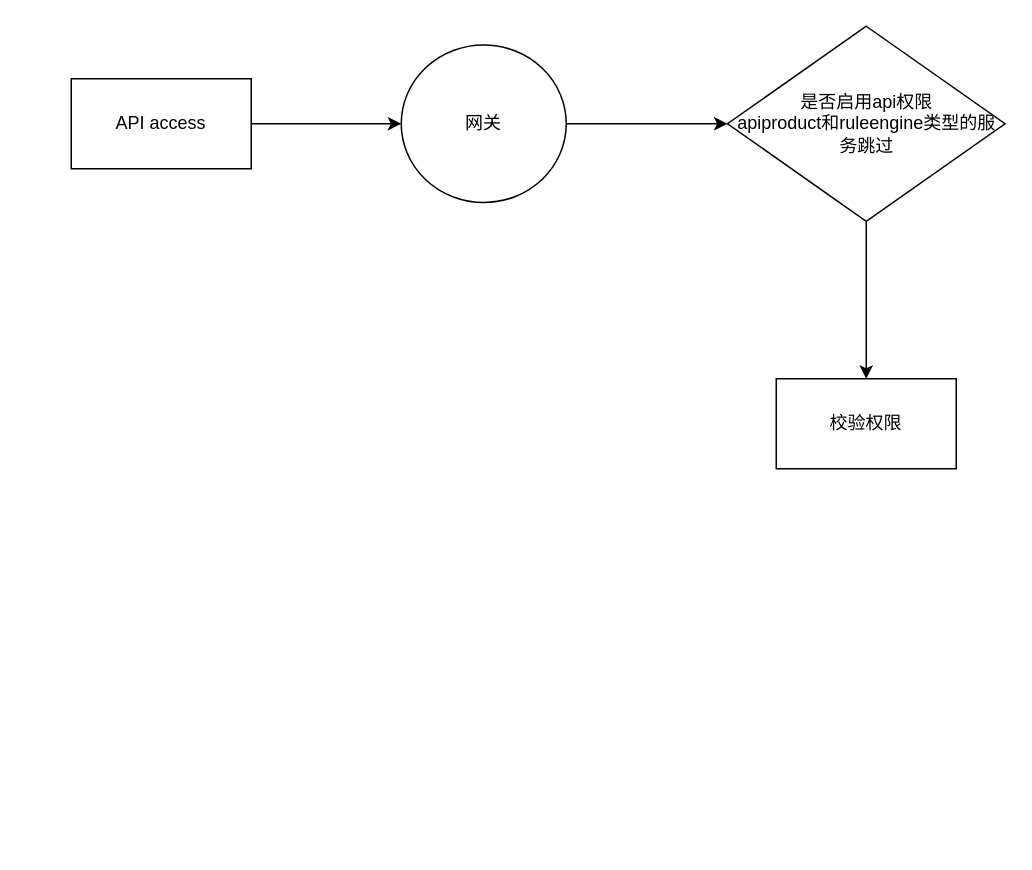
This is 未命名绘图.drawio from anyingle/ay-diagrams, a draw.io file, before an edit. Source tidied: cells renumbered, new cells numbered last; positions are measured from the earlier drawing's top-left corner, leaving out a move shared by most shapes. Both pictures are drawn from the tidied source at 150%, with x=0, y=0 at pixel (70, 26).
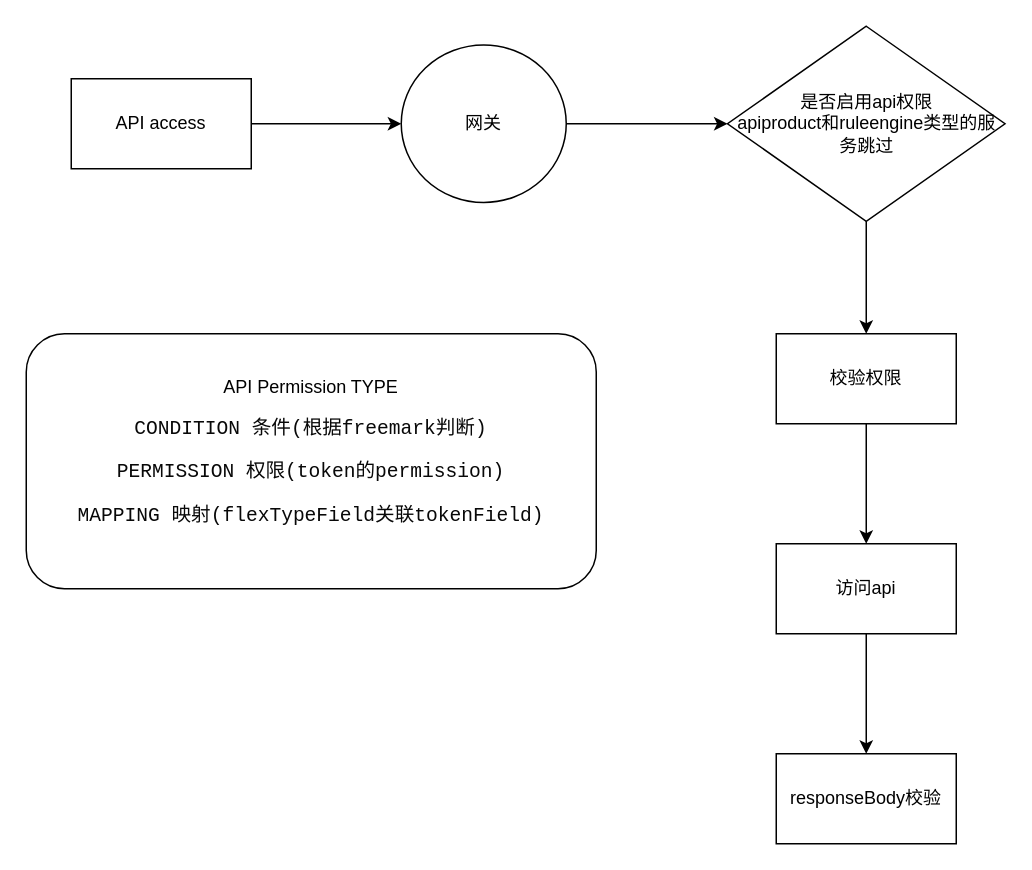
Above is the later version.

Commit message:
更新未命名绘图.drawio

The edit, as a diff of the source:
```diff
@@
 <mxGraphModel>
   <root>
     <mxCell id="0" />
     <mxCell id="1" parent="0" />
     <mxCell id="2" value="API access" style="rounded=0;whiteSpace=wrap;html=1;" parent="1" vertex="1">
       <mxGeometry y="35" width="120" height="60" as="geometry" />
     </mxCell>
     <mxCell id="3" style="endArrow=classic;html=1;rounded=0;exitX=1;exitY=0.5;exitDx=0;exitDy=0;entryX=0;entryY=0.5;entryDx=0;entryDy=0;" parent="1" edge="1" source="2" target="5">
       <mxGeometry relative="1" as="geometry" />
     </mxCell>
     <mxCell id="4" style="edgeStyle=orthogonalEdgeStyle;rounded=0;jettySize=auto;html=1;" parent="1" edge="1" source="5" target="7">
       <mxGeometry relative="1" as="geometry" />
     </mxCell>
     <mxCell id="5" value="网关" style="ellipse;whiteSpace=wrap;html=1;" parent="1" vertex="1">
       <mxGeometry x="220" y="12.5" width="110" height="105" as="geometry" />
     </mxCell>
     <mxCell id="6" style="edgeStyle=orthogonalEdgeStyle;rounded=0;jettySize=auto;html=1;" parent="1" edge="1" source="7" target="8">
       <mxGeometry relative="1" as="geometry" />
     </mxCell>
     <mxCell id="7" value="是否启用api权限&lt;br&gt;apiproduct和ruleengine类型的服务跳过" style="rhombus;whiteSpace=wrap;html=1;" parent="1" vertex="1">
       <mxGeometry x="437.5" width="185" height="130" as="geometry" />
     </mxCell>
+    <mxCell id="9" style="edgeStyle=orthogonalEdgeStyle;rounded=0;jettySize=auto;html=1;" parent="1" edge="1" source="8" target="11">
+      <mxGeometry relative="1" as="geometry" />
+    </mxCell>
     <mxCell id="8" value="校验权限" style="whiteSpace=wrap;html=1;" parent="1" vertex="1">
-      <mxGeometry x="470" y="235" width="120" height="60" as="geometry" />
+      <mxGeometry x="470" y="205" width="120" height="60" as="geometry" />
     </mxCell>
+    <mxCell id="10" style="edgeStyle=orthogonalEdgeStyle;rounded=0;jettySize=auto;html=1;" parent="1" edge="1" source="11" target="12">
+      <mxGeometry relative="1" as="geometry" />
+    </mxCell>
+    <mxCell id="11" value="访问api" style="whiteSpace=wrap;html=1;" parent="1" vertex="1">
+      <mxGeometry x="470" y="345" width="120" height="60" as="geometry" />
+    </mxCell>
+    <mxCell id="12" value="responseBody校验" style="whiteSpace=wrap;html=1;" parent="1" vertex="1">
+      <mxGeometry x="470" y="485" width="120" height="60" as="geometry" />
+    </mxCell>
+    <mxCell id="13" value="API Permission TYPE&lt;br&gt;&lt;div style=&quot;background-color:#ffffff;color:#080808;font-family:'JetBrains Mono',monospace;font-size:9.8pt;&quot;&gt;&lt;pre&gt;CONDITION 条件(根据freemark判断)&lt;/pre&gt;&lt;pre&gt;&lt;div style=&quot;font-family: &amp;quot;JetBrains Mono&amp;quot;, monospace; font-size: 9.8pt;&quot;&gt;&lt;pre&gt;PERMISSION 权限(token的permission)&lt;/pre&gt;&lt;pre&gt;&lt;div style=&quot;font-family: &amp;quot;JetBrains Mono&amp;quot;, monospace; font-size: 9.8pt;&quot;&gt;&lt;pre&gt;MAPPING 映射(flexTypeField关联tokenField)&lt;/pre&gt;&lt;/div&gt;&lt;/pre&gt;&lt;/div&gt;&lt;/pre&gt;&lt;/div&gt;" style="rounded=1;whiteSpace=wrap;html=1;" parent="1" vertex="1">
+      <mxGeometry x="-30" y="205" width="380" height="170" as="geometry" />
+    </mxCell>
   </root>
 </mxGraphModel>
```
